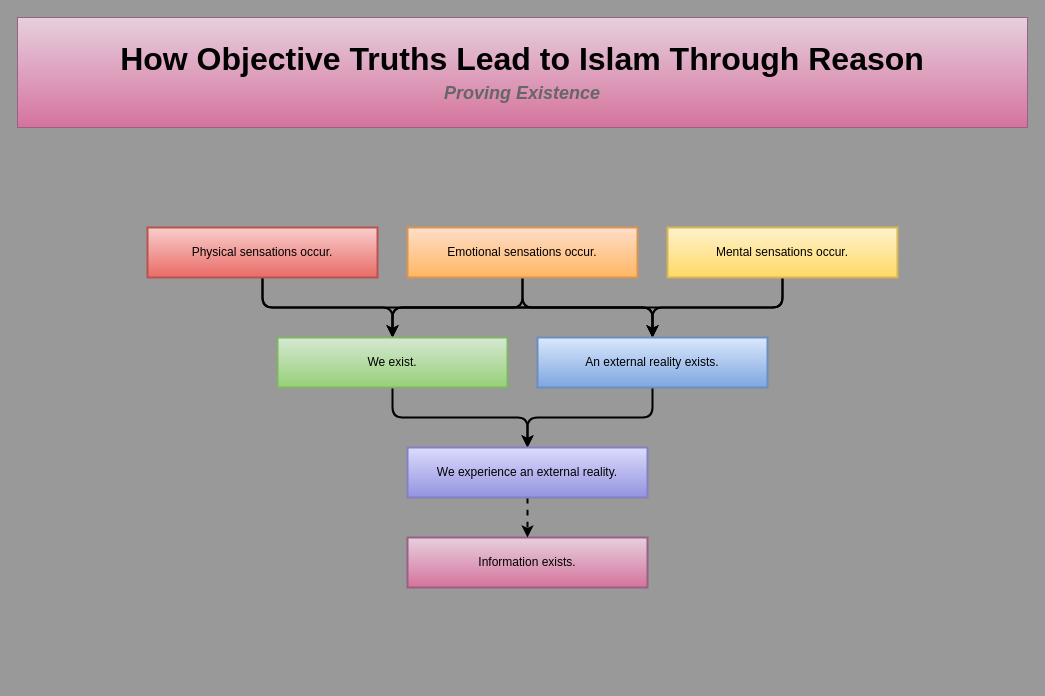
Above: page "1 - Proving Existence" (2 of 18) of Comparative Religion/How Objective Truths Lead to Islam through Reason.drawio in ixm-ibrahim/Diagrams (draw.io), before the change. Source tidied: cells renumbered, new cells numbered last; positions are measured from the earlier drawing's top-left corner, leaving out a move shared by most shapes. Both pictures are drawn from the tidied source at 100%, with x=0, y=0 at pixel (17, 17).
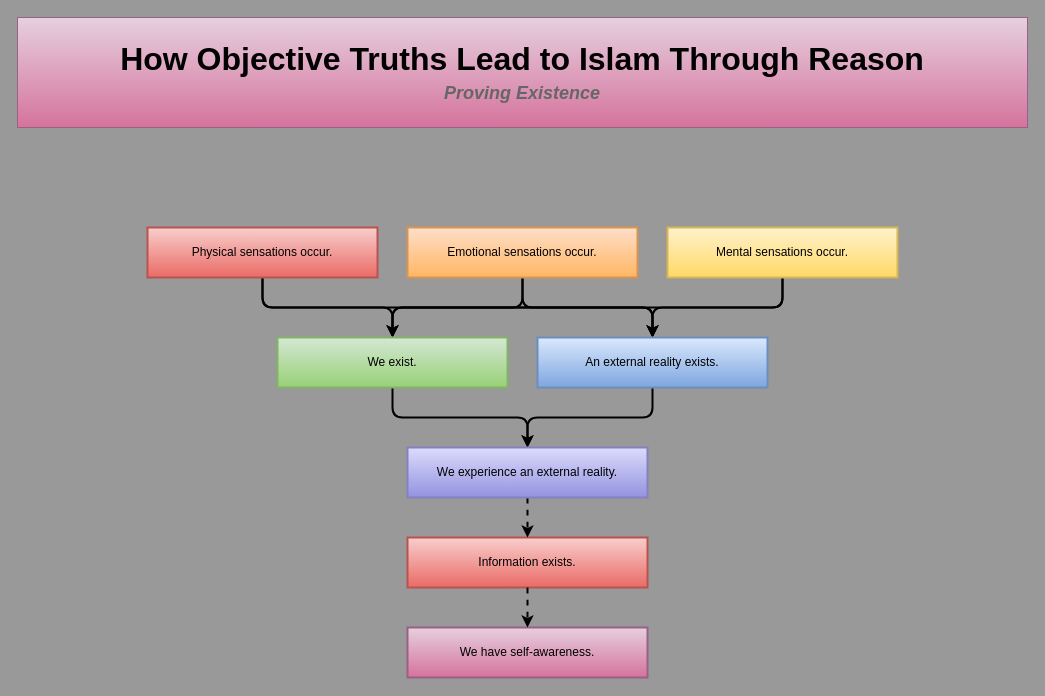
The same diagram, later.

Commit message (it also covers changes not shown here):
finished "information exists"

The edit, as a diff of the source:
```diff
@@
-    <mxCell id="15" value="&lt;font style=&quot;font-size: 12px;&quot;&gt;Information exists.&lt;/font&gt;" style="rounded=0;whiteSpace=wrap;html=1;fillColor=#e6d0de;gradientColor=#d5739d;strokeColor=#996185;strokeWidth=2;fontSize=1;" parent="1" vertex="1">
+    <mxCell id="15" value="&lt;font style=&quot;font-size: 12px;&quot;&gt;Information exists.&lt;/font&gt;" style="rounded=0;whiteSpace=wrap;html=1;fillColor=#f8cecc;gradientColor=#ea6b66;strokeColor=#b85450;strokeWidth=2;fontSize=1;" parent="1" vertex="1">
       <mxGeometry x="390" y="520" width="240" height="50" as="geometry" />
     </mxCell>
@@
+    <mxCell id="19" value="&lt;font style=&quot;font-size: 12px;&quot;&gt;We have self-awareness.&lt;/font&gt;" style="rounded=0;whiteSpace=wrap;html=1;fillColor=#e6d0de;gradientColor=#d5739d;strokeColor=#996185;strokeWidth=2;fontSize=1;" parent="1" vertex="1">
+      <mxGeometry x="390" y="610" width="240" height="50" as="geometry" />
+    </mxCell>
+    <mxCell id="20" style="edgeStyle=elbowEdgeStyle;shape=connector;curved=0;rounded=1;jettySize=auto;elbow=vertical;html=1;exitX=0.5;exitY=1;exitDx=0;exitDy=0;entryX=0.5;entryY=0;entryDx=0;entryDy=0;strokeColor=default;strokeWidth=2;align=center;verticalAlign=middle;fontFamily=Helvetica;fontSize=11;fontColor=default;labelBackgroundColor=default;endArrow=classic;dashed=1;" parent="1" edge="1" source="15" target="19">
+      <mxGeometry relative="1" as="geometry" />
+    </mxCell>
```
